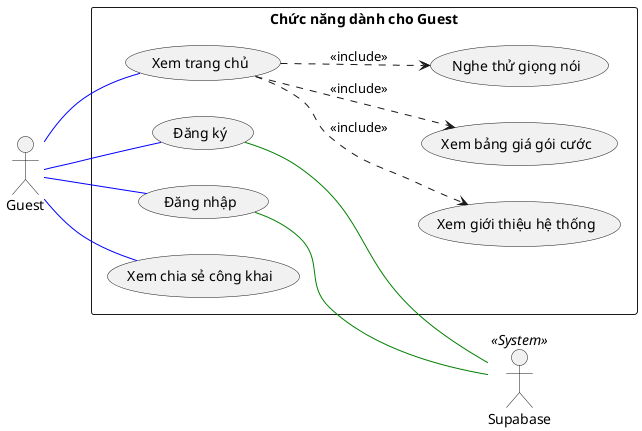
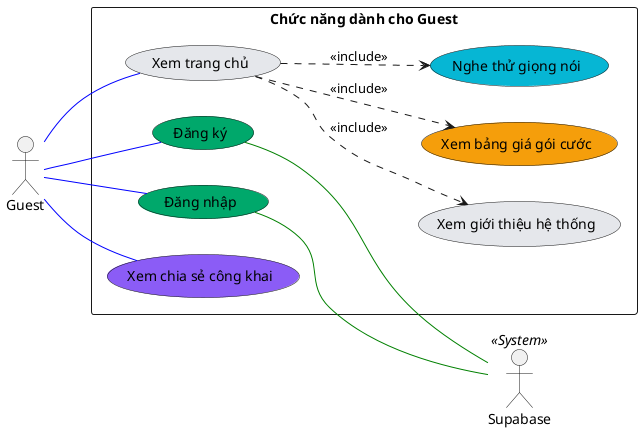
@startuml
left to right direction
skinparam packageStyle rectangle
skinparam shadowing false

actor "Guest" as Guest
actor "Supabase" as Supabase << System >>

rectangle "Chức năng dành cho Guest" {
-   usecase "Xem trang chủ" as UC_Home
-   usecase "Xem giới thiệu hệ thống" as UC_Intro
-   usecase "Xem bảng giá gói cước" as UC_Pricing
-   usecase "Nghe thử giọng nói" as UC_SampleVoice
-   usecase "Đăng ký" as UC_Register
-   usecase "Đăng nhập" as UC_Login
-   usecase "Xem chia sẻ công khai" as UC_PublicShare
+   usecase "Xem trang chủ" as UC_Home #e5e7eb
+   usecase "Xem giới thiệu hệ thống" as UC_Intro #e5e7eb
+   usecase "Xem bảng giá gói cước" as UC_Pricing #f59e0b
+   usecase "Nghe thử giọng nói" as UC_SampleVoice #06b6d4
+   usecase "Đăng ký" as UC_Register #00a86b
+   usecase "Đăng nhập" as UC_Login #00a86b
+   usecase "Xem chia sẻ công khai" as UC_PublicShare #8b5cf6

  UC_Home ..> UC_Intro : <<include>>
  UC_Home ..> UC_Pricing : <<include>>
  UC_Home ..> UC_SampleVoice : <<include>>
}

Guest -- UC_Home #blue
Guest -- UC_Register #blue
Guest -- UC_Login #blue
Guest -- UC_PublicShare #blue

UC_Register -- Supabase #green
UC_Login -- Supabase #green
@enduml
